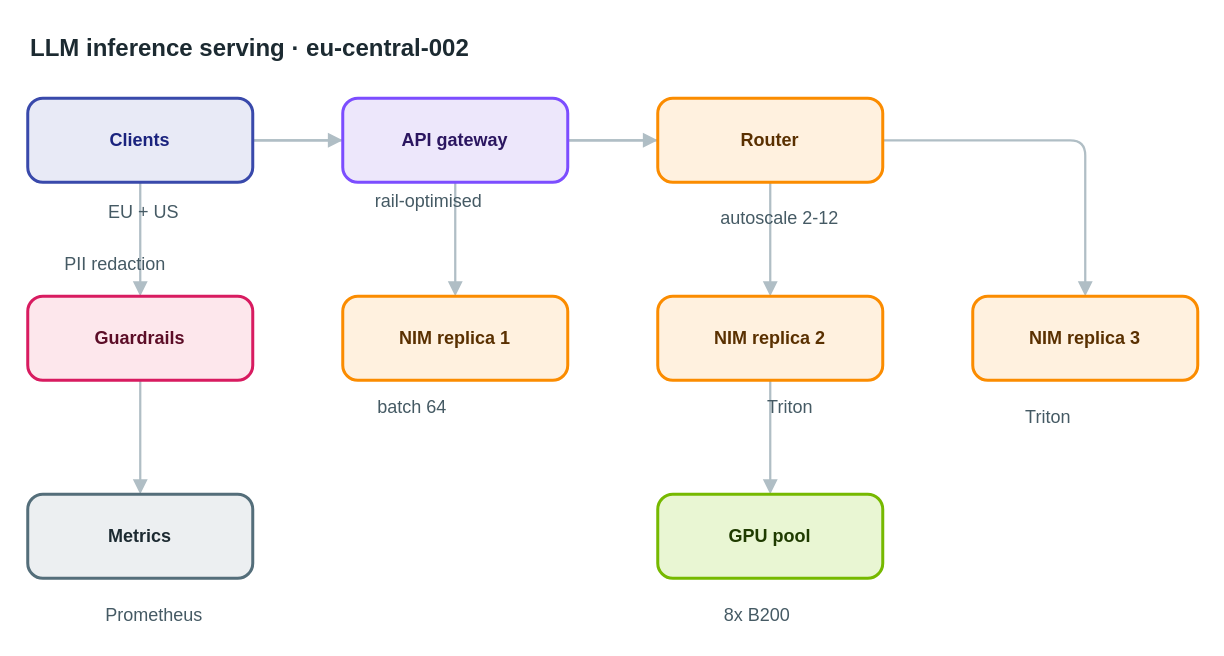
Above: apps/web/public/samples/library/002-llm-inference-serving.drawio in AryanG01/open-apprentice (draw.io), before the change. Source tidied: cells renumbered, new cells numbered last; positions are measured from the earlier drawing's top-left corner, leaving out a move shared by most shapes. Both pictures are drawn from the tidied source at 150%, with x=0, y=0 at pixel (27, 26).
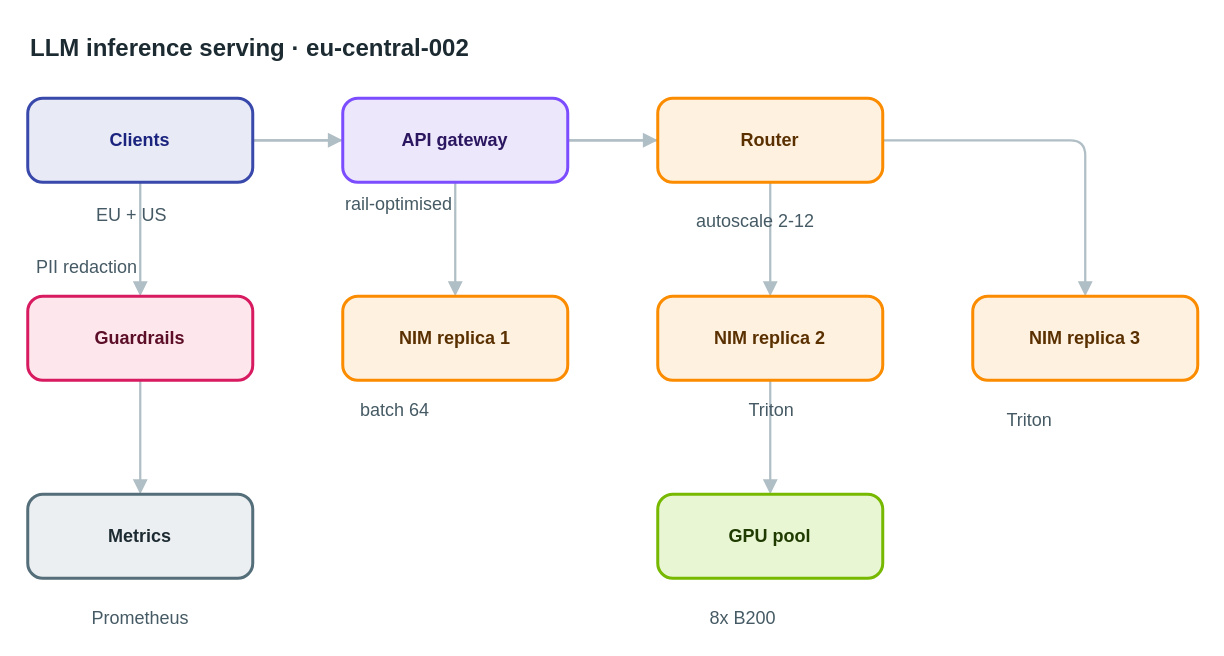
The same diagram, later.

The edit, as a diff of the source:
```diff
@@
-    <mxCell id="20" value="EU + US" style="text;html=1;align=center;verticalAlign=middle;whiteSpace=nowrap;strokeColor=none;fillColor=none;fontSize=12;fontColor=#455a64;" parent="1" vertex="1">
+    <mxCell id="20" value="EU + US" style="text;html=1;align=left;verticalAlign=top;whiteSpace=nowrap;spacing=0;spacingTop=0;strokeColor=none;fillColor=none;fontSize=12;fontColor=#455a64;" parent="1" vertex="1">
       <mxGeometry x="46" y="114" width="61" height="20" as="geometry" />
     </mxCell>
-    <mxCell id="21" value="rail-optimised" style="text;html=1;align=center;verticalAlign=middle;whiteSpace=nowrap;strokeColor=none;fillColor=none;fontSize=12;fontColor=#455a64;" parent="1" vertex="1">
+    <mxCell id="21" value="rail-optimised" style="text;html=1;align=left;verticalAlign=top;whiteSpace=nowrap;spacing=0;spacingTop=0;strokeColor=none;fillColor=none;fontSize=12;fontColor=#455a64;" parent="1" vertex="1">
       <mxGeometry x="212" y="107" width="110" height="20" as="geometry" />
     </mxCell>
-    <mxCell id="22" value="autoscale 2-12" style="text;html=1;align=center;verticalAlign=middle;whiteSpace=nowrap;strokeColor=none;fillColor=none;fontSize=12;fontColor=#455a64;" parent="1" vertex="1">
+    <mxCell id="22" value="autoscale 2-12" style="text;html=1;align=left;verticalAlign=top;whiteSpace=nowrap;spacing=0;spacingTop=0;strokeColor=none;fillColor=none;fontSize=12;fontColor=#455a64;" parent="1" vertex="1">
       <mxGeometry x="446" y="118" width="110" height="20" as="geometry" />
     </mxCell>
-    <mxCell id="23" value="batch 64" style="text;html=1;align=center;verticalAlign=middle;whiteSpace=nowrap;strokeColor=none;fillColor=none;fontSize=12;fontColor=#455a64;" parent="1" vertex="1">
+    <mxCell id="23" value="batch 64" style="text;html=1;align=left;verticalAlign=top;whiteSpace=nowrap;spacing=0;spacingTop=0;strokeColor=none;fillColor=none;fontSize=12;fontColor=#455a64;" parent="1" vertex="1">
       <mxGeometry x="222" y="244" width="68" height="20" as="geometry" />
     </mxCell>
-    <mxCell id="24" value="Triton" style="text;html=1;align=center;verticalAlign=middle;whiteSpace=nowrap;strokeColor=none;fillColor=none;fontSize=12;fontColor=#455a64;" parent="1" vertex="1">
+    <mxCell id="24" value="Triton" style="text;html=1;align=left;verticalAlign=top;whiteSpace=nowrap;spacing=0;spacingTop=0;strokeColor=none;fillColor=none;fontSize=12;fontColor=#455a64;" parent="1" vertex="1">
       <mxGeometry x="481" y="244" width="54" height="20" as="geometry" />
     </mxCell>
-    <mxCell id="25" value="Triton" style="text;html=1;align=center;verticalAlign=middle;whiteSpace=nowrap;strokeColor=none;fillColor=none;fontSize=12;fontColor=#455a64;" parent="1" vertex="1">
+    <mxCell id="25" value="Triton" style="text;html=1;align=left;verticalAlign=top;whiteSpace=nowrap;spacing=0;spacingTop=0;strokeColor=none;fillColor=none;fontSize=12;fontColor=#455a64;" parent="1" vertex="1">
       <mxGeometry x="653" y="251" width="54" height="20" as="geometry" />
     </mxCell>
-    <mxCell id="26" value="8x B200" style="text;html=1;align=center;verticalAlign=middle;whiteSpace=nowrap;strokeColor=none;fillColor=none;fontSize=12;fontColor=#455a64;" parent="1" vertex="1">
+    <mxCell id="26" value="8x B200" style="text;html=1;align=left;verticalAlign=top;whiteSpace=nowrap;spacing=0;spacingTop=0;strokeColor=none;fillColor=none;fontSize=12;fontColor=#455a64;" parent="1" vertex="1">
       <mxGeometry x="455" y="383" width="61" height="20" as="geometry" />
     </mxCell>
-    <mxCell id="27" value="PII redaction" style="text;html=1;align=center;verticalAlign=middle;whiteSpace=nowrap;strokeColor=none;fillColor=none;fontSize=12;fontColor=#455a64;" parent="1" vertex="1">
+    <mxCell id="27" value="PII redaction" style="text;html=1;align=left;verticalAlign=top;whiteSpace=nowrap;spacing=0;spacingTop=0;strokeColor=none;fillColor=none;fontSize=12;fontColor=#455a64;" parent="1" vertex="1">
       <mxGeometry x="6" y="149" width="103" height="20" as="geometry" />
     </mxCell>
-    <mxCell id="28" value="Prometheus" style="text;html=1;align=center;verticalAlign=middle;whiteSpace=nowrap;strokeColor=none;fillColor=none;fontSize=12;fontColor=#455a64;" parent="1" vertex="1">
+    <mxCell id="28" value="Prometheus" style="text;html=1;align=left;verticalAlign=top;whiteSpace=nowrap;spacing=0;spacingTop=0;strokeColor=none;fillColor=none;fontSize=12;fontColor=#455a64;" parent="1" vertex="1">
       <mxGeometry x="43" y="383" width="82" height="20" as="geometry" />
     </mxCell>
```
